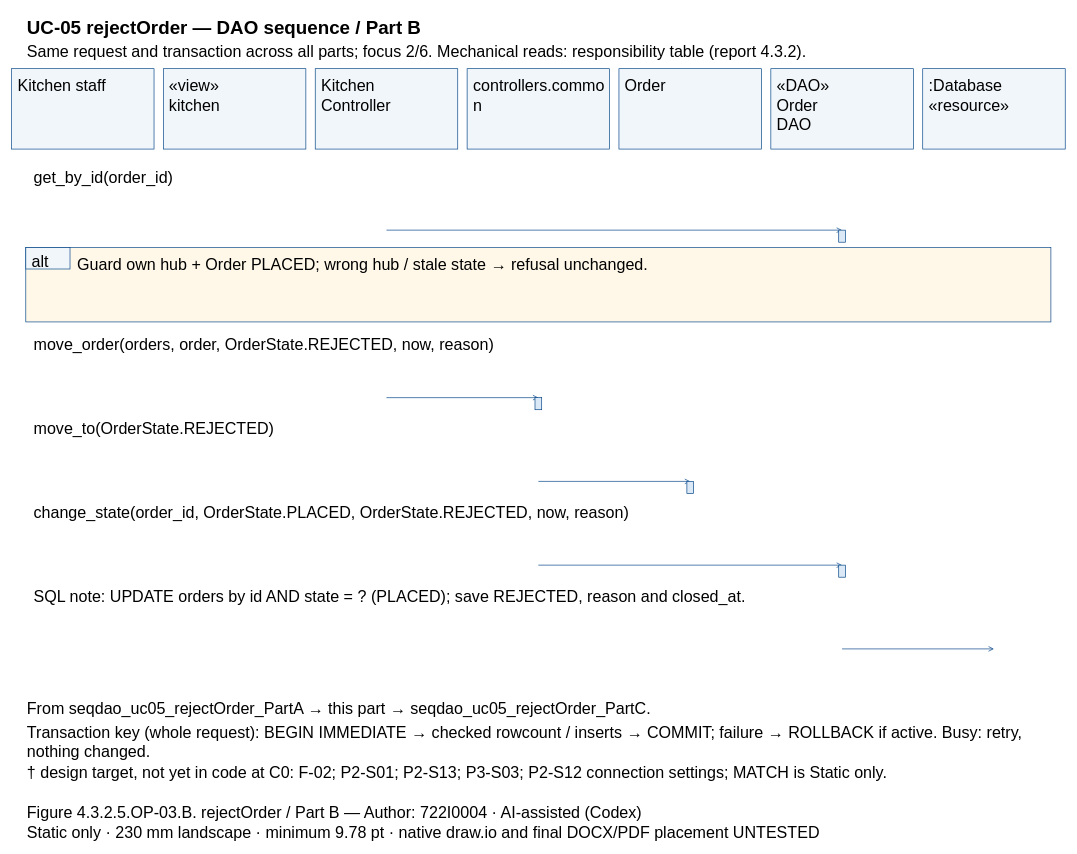
Earlier version of the draw.io diagram models/UC-05/seqdao_uc05_rejectOrder_PartB.drawio (Dat071104/SaigonBite). Source tidied: cells renumbered, new cells numbered last; positions are measured from the earlier drawing's top-left corner, leaving out a move shared by most shapes. Both pictures are drawn from the tidied source at 67%, with x=0, y=0 at pixel (11, 11).
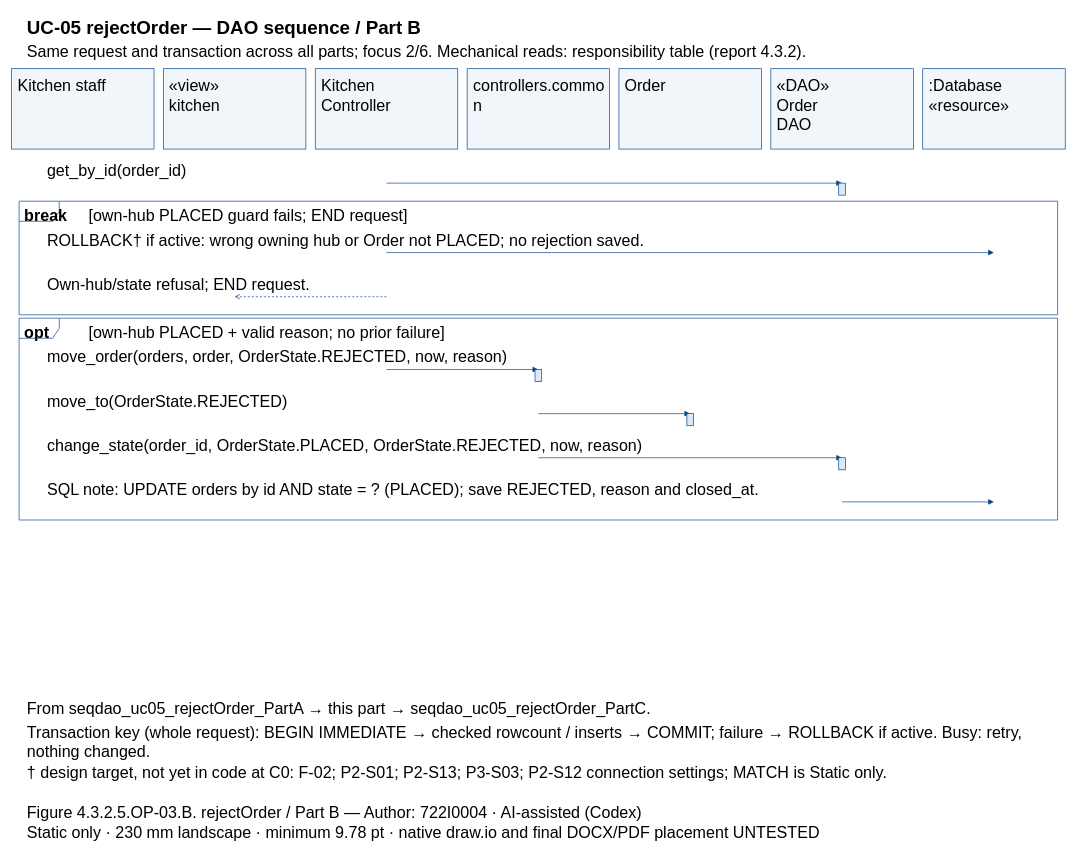
The same diagram, later.

What changed in the source:
```diff
@@
+    <mxCell id="51" style="shape=umlFrame;fillColor=none;strokeColor=#004387;" parent="1" vertex="1">
+      <mxGeometry x="11" y="282.8" width="1550" height="169.5" as="geometry" />
+    </mxCell>
+    <mxCell id="52" style="shape=umlFrame;fillColor=none;strokeColor=#004387;" parent="1" vertex="1">
+      <mxGeometry x="11" y="457.4" width="1550" height="301.2" as="geometry" />
+    </mxCell>
@@
-    <mxCell id="5" value="Kitchen staff" style="text;html=0;whiteSpace=wrap;align=left;verticalAlign=top;strokeColor=none;fillColor=none;fontFamily=Arial;fontSize=24;fontStyle=0;" parent="1" vertex="1">
-      <mxGeometry x="6.7" y="90" width="198.7" height="27.8" as="geometry" />
-    </mxCell>
+    <mxCell id="7" value="Kitchen staff" style="text;html=0;whiteSpace=wrap;align=left;verticalAlign=top;strokeColor=none;fillColor=none;fontFamily=Arial;fontSize=24;fontStyle=0;" parent="1" vertex="1">
+      <mxGeometry x="6.7" y="90" width="198.7" height="27.8" as="geometry" />
+    </mxCell>
@@
-    <mxCell id="7" value="«view»&#10;kitchen" style="text;html=0;whiteSpace=wrap;align=left;verticalAlign=top;strokeColor=none;fillColor=none;fontFamily=Arial;fontSize=24;fontStyle=0;" parent="1" vertex="1">
-      <mxGeometry x="233.3" y="90" width="198.7" height="55.7" as="geometry" />
-    </mxCell>
+    <mxCell id="9" value="«view»&#10;kitchen" style="text;html=0;whiteSpace=wrap;align=left;verticalAlign=top;strokeColor=none;fillColor=none;fontFamily=Arial;fontSize=24;fontStyle=0;" parent="1" vertex="1">
+      <mxGeometry x="233.3" y="90" width="198.7" height="55.7" as="geometry" />
+    </mxCell>
@@
-    <mxCell id="9" value="Kitchen&#10;Controller" style="text;html=0;whiteSpace=wrap;align=left;verticalAlign=top;strokeColor=none;fillColor=none;fontFamily=Arial;fontSize=24;fontStyle=0;" parent="1" vertex="1">
-      <mxGeometry x="460" y="90" width="198.7" height="55.7" as="geometry" />
-    </mxCell>
+    <mxCell id="11" value="Kitchen&#10;Controller" style="text;html=0;whiteSpace=wrap;align=left;verticalAlign=top;strokeColor=none;fillColor=none;fontFamily=Arial;fontSize=24;fontStyle=0;" parent="1" vertex="1">
+      <mxGeometry x="460" y="90" width="198.7" height="55.7" as="geometry" />
+    </mxCell>
@@
-    <mxCell id="11" value="controllers.commo&#10;n" style="text;html=0;whiteSpace=wrap;align=left;verticalAlign=top;strokeColor=none;fillColor=none;fontFamily=Arial;fontSize=24;fontStyle=0;" parent="1" vertex="1">
-      <mxGeometry x="686.7" y="90" width="198.7" height="55.7" as="geometry" />
-    </mxCell>
+    <mxCell id="13" value="controllers.commo&#10;n" style="text;html=0;whiteSpace=wrap;align=left;verticalAlign=top;strokeColor=none;fillColor=none;fontFamily=Arial;fontSize=24;fontStyle=0;" parent="1" vertex="1">
+      <mxGeometry x="686.7" y="90" width="198.7" height="55.7" as="geometry" />
+    </mxCell>
@@
-    <mxCell id="13" value="Order" style="text;html=0;whiteSpace=wrap;align=left;verticalAlign=top;strokeColor=none;fillColor=none;fontFamily=Arial;fontSize=24;fontStyle=0;" parent="1" vertex="1">
-      <mxGeometry x="913.3" y="90" width="198.7" height="27.8" as="geometry" />
-    </mxCell>
+    <mxCell id="15" value="Order" style="text;html=0;whiteSpace=wrap;align=left;verticalAlign=top;strokeColor=none;fillColor=none;fontFamily=Arial;fontSize=24;fontStyle=0;" parent="1" vertex="1">
+      <mxGeometry x="913.3" y="90" width="198.7" height="27.8" as="geometry" />
+    </mxCell>
@@
-    <mxCell id="15" value="«DAO»&#10;Order&#10;DAO" style="text;html=0;whiteSpace=wrap;align=left;verticalAlign=top;strokeColor=none;fillColor=none;fontFamily=Arial;fontSize=24;fontStyle=0;" parent="1" vertex="1">
-      <mxGeometry x="1140" y="90" width="198.7" height="83.5" as="geometry" />
-    </mxCell>
+    <mxCell id="17" value="«DAO»&#10;Order&#10;DAO" style="text;html=0;whiteSpace=wrap;align=left;verticalAlign=top;strokeColor=none;fillColor=none;fontFamily=Arial;fontSize=24;fontStyle=0;" parent="1" vertex="1">
+      <mxGeometry x="1140" y="90" width="198.7" height="83.5" as="geometry" />
+    </mxCell>
@@
-    <mxCell id="17" value=":Database&#10;«resource»" style="text;html=0;whiteSpace=wrap;align=left;verticalAlign=top;strokeColor=none;fillColor=none;fontFamily=Arial;fontSize=24;fontStyle=0;" parent="1" vertex="1">
-      <mxGeometry x="1366.7" y="90" width="198.7" height="55.7" as="geometry" />
-    </mxCell>
-    <mxCell id="18" value="get_by_id(order_id)" style="text;html=0;whiteSpace=wrap;align=left;verticalAlign=top;strokeColor=none;fillColor=none;fontFamily=Arial;fontSize=24;fontStyle=0;" parent="1" vertex="1">
-      <mxGeometry x="31" y="227" width="1510" height="27.8" as="geometry" />
-    </mxCell>
+    <mxCell id="53" value=":Database&#10;«resource»" style="text;html=0;whiteSpace=wrap;align=left;verticalAlign=top;strokeColor=none;fillColor=none;fontFamily=Arial;fontSize=24;fontStyle=0;" parent="1" vertex="1">
+      <mxGeometry x="1366.7" y="90" width="198.7" height="55.7" as="geometry" />
+    </mxCell>
+    <mxCell id="54" value="break" style="text;html=0;whiteSpace=wrap;align=left;verticalAlign=top;strokeColor=none;fillColor=none;fontFamily=Arial;fontSize=24;fontStyle=1;" parent="1" vertex="1">
+      <mxGeometry x="17" y="283.8" width="84" height="27.8" as="geometry" />
+    </mxCell>
+    <mxCell id="55" value="[own-hub PLACED guard fails; END request]" style="text;html=0;whiteSpace=wrap;align=left;verticalAlign=top;strokeColor=none;fillColor=none;fontFamily=Arial;fontSize=24;fontStyle=0;" parent="1" vertex="1">
+      <mxGeometry x="113" y="283.8" width="1438" height="27.8" as="geometry" />
+    </mxCell>
+    <mxCell id="56" value="opt" style="text;html=0;whiteSpace=wrap;align=left;verticalAlign=top;strokeColor=none;fillColor=none;fontFamily=Arial;fontSize=24;fontStyle=1;" parent="1" vertex="1">
+      <mxGeometry x="17" y="458.4" width="84" height="27.8" as="geometry" />
+    </mxCell>
+    <mxCell id="57" value="[own-hub PLACED + valid reason; no prior failure]" style="text;html=0;whiteSpace=wrap;align=left;verticalAlign=top;strokeColor=none;fillColor=none;fontFamily=Arial;fontSize=24;fontStyle=0;" parent="1" vertex="1">
+      <mxGeometry x="113" y="458.4" width="1438" height="27.8" as="geometry" />
+    </mxCell>
+    <mxCell id="26" value="get_by_id(order_id)" style="text;html=0;whiteSpace=wrap;align=left;verticalAlign=top;strokeColor=none;fillColor=none;fontFamily=Arial;fontSize=24;fontStyle=0;" parent="1" vertex="1">
+      <mxGeometry x="51" y="217" width="1470" height="27.8" as="geometry" />
+    </mxCell>
     <mxCell id="19" style="opacity=0;" parent="1" vertex="1">
-      <mxGeometry x="559.3" y="326" as="geometry" />
+      <mxGeometry x="559.3" y="255.8" as="geometry" />
     </mxCell>
     <mxCell id="20" style="opacity=0;" parent="1" vertex="1">
-      <mxGeometry x="1239.3" y="326" as="geometry" />
+      <mxGeometry x="1239.3" y="255.8" as="geometry" />
     </mxCell>
-    <mxCell id="21" style="edgeStyle=none;endArrow=open;strokeColor=#004387;exitX=0.5;entryX=0.5;exitPerimeter=0;entryPerimeter=0;" parent="1" edge="1" source="19" target="20">
+    <mxCell id="21" style="edgeStyle=none;endArrow=block;endFill=1;strokeColor=#004387;exitX=0.5;entryX=0.5;exitPerimeter=0;entryPerimeter=0;" parent="1" edge="1" source="19" target="20">
       <mxGeometry relative="1" as="geometry" />
     </mxCell>
-    <mxCell id="22" style="fillColor=#DAE9F5;strokeColor=#004387;" parent="1" vertex="1">
-      <mxGeometry x="1234.3" y="326" width="10" height="18" as="geometry" />
-    </mxCell>
-    <mxCell id="23" style="fillColor=#FFF8E9;strokeColor=#004387;" parent="1" vertex="1">
-      <mxGeometry x="21" y="352" width="1530" height="111" as="geometry" />
-    </mxCell>
-    <mxCell id="24" style="fillColor=#F1F6FA;strokeColor=#004387;" parent="1" vertex="1">
-      <mxGeometry x="21" y="352" width="66" height="32" as="geometry" />
-    </mxCell>
-    <mxCell id="25" value="alt" style="text;html=0;whiteSpace=wrap;align=left;verticalAlign=top;strokeColor=none;fillColor=none;fontFamily=Arial;fontSize=24;fontStyle=0;" parent="1" vertex="1">
-      <mxGeometry x="28" y="352" width="56" height="27.8" as="geometry" />
-    </mxCell>
-    <mxCell id="26" value="Guard own hub + Order PLACED; wrong hub / stale state → refusal unchanged." style="text;html=0;whiteSpace=wrap;align=left;verticalAlign=top;strokeColor=none;fillColor=none;fontFamily=Arial;fontSize=24;fontStyle=0;" parent="1" vertex="1">
-      <mxGeometry x="96" y="357" width="1440" height="27.8" as="geometry" />
-    </mxCell>
-    <mxCell id="27" value="move_order(orders, order, OrderState.REJECTED, now, reason)" style="text;html=0;whiteSpace=wrap;align=left;verticalAlign=top;strokeColor=none;fillColor=none;fontFamily=Arial;fontSize=24;fontStyle=0;" parent="1" vertex="1">
-      <mxGeometry x="31" y="477" width="1510" height="27.8" as="geometry" />
-    </mxCell>
+    <mxCell id="58" style="fillColor=#DAE9F5;strokeColor=#004387;" parent="1" vertex="1">
+      <mxGeometry x="1234.3" y="255.8" width="10" height="18" as="geometry" />
+    </mxCell>
+    <mxCell id="59" value="ROLLBACK† if active: wrong owning hub or Order not PLACED; no rejection saved." style="text;html=0;whiteSpace=wrap;align=left;verticalAlign=top;strokeColor=none;fillColor=none;fontFamily=Arial;fontSize=24;fontStyle=0;" parent="1" vertex="1">
+      <mxGeometry x="51" y="320.7" width="1470" height="27.8" as="geometry" />
+    </mxCell>
+    <mxCell id="60" style="opacity=0;" parent="1" vertex="1">
+      <mxGeometry x="559.3" y="359.5" as="geometry" />
+    </mxCell>
+    <mxCell id="61" style="opacity=0;" parent="1" vertex="1">
+      <mxGeometry x="1466" y="359.5" as="geometry" />
+    </mxCell>
+    <mxCell id="62" style="edgeStyle=none;endArrow=block;endFill=1;strokeColor=#004387;exitX=0.5;entryX=0.5;exitPerimeter=0;entryPerimeter=0;" parent="1" edge="1" source="60" target="61">
+      <mxGeometry relative="1" as="geometry" />
+    </mxCell>
+    <mxCell id="63" value="Own-hub/state refusal; END request." style="text;html=0;whiteSpace=wrap;align=left;verticalAlign=top;strokeColor=none;fillColor=none;fontFamily=Arial;fontSize=24;fontStyle=0;" parent="1" vertex="1">
+      <mxGeometry x="51" y="386.5" width="1470" height="27.8" as="geometry" />
+    </mxCell>
     <mxCell id="28" style="opacity=0;" parent="1" vertex="1">
-      <mxGeometry x="559.3" y="576" as="geometry" />
+      <mxGeometry x="559.3" y="425.4" as="geometry" />
     </mxCell>
     <mxCell id="29" style="opacity=0;" parent="1" vertex="1">
-      <mxGeometry x="786" y="576" as="geometry" />
+      <mxGeometry x="332.7" y="425.4" as="geometry" />
     </mxCell>
-    <mxCell id="30" style="edgeStyle=none;endArrow=open;strokeColor=#004387;exitX=0.5;entryX=0.5;exitPerimeter=0;entryPerimeter=0;" parent="1" edge="1" source="28" target="29">
+    <mxCell id="30" style="edgeStyle=none;endArrow=open;endFill=0;strokeColor=#004387;dashed=1;exitX=0.5;entryX=0.5;exitPerimeter=0;entryPerimeter=0;" parent="1" edge="1" source="28" target="29">
       <mxGeometry relative="1" as="geometry" />
     </mxCell>
-    <mxCell id="31" style="fillColor=#DAE9F5;strokeColor=#004387;" parent="1" vertex="1">
-      <mxGeometry x="781" y="576" width="10" height="18" as="geometry" />
-    </mxCell>
-    <mxCell id="32" value="move_to(OrderState.REJECTED)" style="text;html=0;whiteSpace=wrap;align=left;verticalAlign=top;strokeColor=none;fillColor=none;fontFamily=Arial;fontSize=24;fontStyle=0;" parent="1" vertex="1">
-      <mxGeometry x="31" y="602" width="1510" height="27.8" as="geometry" />
-    </mxCell>
+    <mxCell id="37" value="move_order(orders, order, OrderState.REJECTED, now, reason)" style="text;html=0;whiteSpace=wrap;align=left;verticalAlign=top;strokeColor=none;fillColor=none;fontFamily=Arial;fontSize=24;fontStyle=0;" parent="1" vertex="1">
+      <mxGeometry x="51" y="495.2" width="1470" height="27.8" as="geometry" />
+    </mxCell>
     <mxCell id="33" style="opacity=0;" parent="1" vertex="1">
-      <mxGeometry x="786" y="701" as="geometry" />
+      <mxGeometry x="559.3" y="534" as="geometry" />
     </mxCell>
     <mxCell id="34" style="opacity=0;" parent="1" vertex="1">
-      <mxGeometry x="1012.7" y="701" as="geometry" />
+      <mxGeometry x="786" y="534" as="geometry" />
     </mxCell>
-    <mxCell id="35" style="edgeStyle=none;endArrow=open;strokeColor=#004387;exitX=0.5;entryX=0.5;exitPerimeter=0;entryPerimeter=0;" parent="1" edge="1" source="33" target="34">
+    <mxCell id="35" style="edgeStyle=none;endArrow=block;endFill=1;strokeColor=#004387;exitX=0.5;entryX=0.5;exitPerimeter=0;entryPerimeter=0;" parent="1" edge="1" source="33" target="34">
       <mxGeometry relative="1" as="geometry" />
     </mxCell>
-    <mxCell id="36" style="fillColor=#DAE9F5;strokeColor=#004387;" parent="1" vertex="1">
-      <mxGeometry x="1007.7" y="701" width="10" height="18" as="geometry" />
-    </mxCell>
-    <mxCell id="37" value="change_state(order_id, OrderState.PLACED, OrderState.REJECTED, now, reason)" style="text;html=0;whiteSpace=wrap;align=left;verticalAlign=top;strokeColor=none;fillColor=none;fontFamily=Arial;fontSize=24;fontStyle=0;" parent="1" vertex="1">
-      <mxGeometry x="31" y="727" width="1510" height="27.8" as="geometry" />
-    </mxCell>
+    <mxCell id="41" style="fillColor=#DAE9F5;strokeColor=#004387;" parent="1" vertex="1">
+      <mxGeometry x="781" y="534" width="10" height="18" as="geometry" />
+    </mxCell>
+    <mxCell id="42" value="move_to(OrderState.REJECTED)" style="text;html=0;whiteSpace=wrap;align=left;verticalAlign=top;strokeColor=none;fillColor=none;fontFamily=Arial;fontSize=24;fontStyle=0;" parent="1" vertex="1">
+      <mxGeometry x="51" y="561" width="1470" height="27.8" as="geometry" />
+    </mxCell>
     <mxCell id="38" style="opacity=0;" parent="1" vertex="1">
-      <mxGeometry x="786" y="826" as="geometry" />
+      <mxGeometry x="786" y="599.9" as="geometry" />
     </mxCell>
     <mxCell id="39" style="opacity=0;" parent="1" vertex="1">
-      <mxGeometry x="1239.3" y="826" as="geometry" />
+      <mxGeometry x="1012.7" y="599.9" as="geometry" />
     </mxCell>
-    <mxCell id="40" style="edgeStyle=none;endArrow=open;strokeColor=#004387;exitX=0.5;entryX=0.5;exitPerimeter=0;entryPerimeter=0;" parent="1" edge="1" source="38" target="39">
+    <mxCell id="40" style="edgeStyle=none;endArrow=block;endFill=1;strokeColor=#004387;exitX=0.5;entryX=0.5;exitPerimeter=0;entryPerimeter=0;" parent="1" edge="1" source="38" target="39">
       <mxGeometry relative="1" as="geometry" />
     </mxCell>
-    <mxCell id="41" style="fillColor=#DAE9F5;strokeColor=#004387;" parent="1" vertex="1">
-      <mxGeometry x="1234.3" y="826" width="10" height="18" as="geometry" />
-    </mxCell>
-    <mxCell id="42" value="SQL note: UPDATE orders by id AND state = ? (PLACED); save REJECTED, reason and closed_at." style="text;html=0;whiteSpace=wrap;align=left;verticalAlign=top;strokeColor=none;fillColor=none;fontFamily=Arial;fontSize=24;fontStyle=0;" parent="1" vertex="1">
-      <mxGeometry x="31" y="852" width="1510" height="27.8" as="geometry" />
-    </mxCell>
+    <mxCell id="64" style="fillColor=#DAE9F5;strokeColor=#004387;" parent="1" vertex="1">
+      <mxGeometry x="1007.7" y="599.9" width="10" height="18" as="geometry" />
+    </mxCell>
+    <mxCell id="47" value="change_state(order_id, OrderState.PLACED, OrderState.REJECTED, now, reason)" style="text;html=0;whiteSpace=wrap;align=left;verticalAlign=top;strokeColor=none;fillColor=none;fontFamily=Arial;fontSize=24;fontStyle=0;" parent="1" vertex="1">
+      <mxGeometry x="51" y="626.9" width="1470" height="27.8" as="geometry" />
+    </mxCell>
     <mxCell id="43" style="opacity=0;" parent="1" vertex="1">
-      <mxGeometry x="1239.3" y="951" as="geometry" />
+      <mxGeometry x="786" y="665.7" as="geometry" />
     </mxCell>
     <mxCell id="44" style="opacity=0;" parent="1" vertex="1">
-      <mxGeometry x="1466" y="951" as="geometry" />
+      <mxGeometry x="1239.3" y="665.7" as="geometry" />
     </mxCell>
-    <mxCell id="45" style="edgeStyle=none;endArrow=open;strokeColor=#004387;exitX=0.5;entryX=0.5;exitPerimeter=0;entryPerimeter=0;" parent="1" edge="1" source="43" target="44">
+    <mxCell id="45" style="edgeStyle=none;endArrow=block;endFill=1;strokeColor=#004387;exitX=0.5;entryX=0.5;exitPerimeter=0;entryPerimeter=0;" parent="1" edge="1" source="43" target="44">
       <mxGeometry relative="1" as="geometry" />
     </mxCell>
+    <mxCell id="65" style="fillColor=#DAE9F5;strokeColor=#004387;" parent="1" vertex="1">
+      <mxGeometry x="1234.3" y="665.7" width="10" height="18" as="geometry" />
+    </mxCell>
+    <mxCell id="50" value="SQL note: UPDATE orders by id AND state = ? (PLACED); save REJECTED, reason and closed_at." style="text;html=0;whiteSpace=wrap;align=left;verticalAlign=top;strokeColor=none;fillColor=none;fontFamily=Arial;fontSize=24;fontStyle=0;" parent="1" vertex="1">
+      <mxGeometry x="51" y="692.7" width="1470" height="27.8" as="geometry" />
+    </mxCell>
+    <mxCell id="66" style="opacity=0;" parent="1" vertex="1">
+      <mxGeometry x="1239.3" y="731.6" as="geometry" />
+    </mxCell>
+    <mxCell id="67" style="opacity=0;" parent="1" vertex="1">
+      <mxGeometry x="1466" y="731.6" as="geometry" />
+    </mxCell>
+    <mxCell id="68" style="edgeStyle=none;endArrow=block;endFill=1;strokeColor=#004387;exitX=0.5;entryX=0.5;exitPerimeter=0;entryPerimeter=0;" parent="1" edge="1" source="66" target="67">
+      <mxGeometry relative="1" as="geometry" />
+    </mxCell>
@@
-    <mxCell id="47" value="Transaction key (whole request): BEGIN IMMEDIATE → checked rowcount / inserts → COMMIT; failure → ROLLBACK if active. Busy: retry,&#10;nothing changed." style="text;html=0;whiteSpace=wrap;align=left;verticalAlign=top;strokeColor=none;fillColor=none;fontFamily=Arial;fontSize=24;fontStyle=0;" parent="1" vertex="1">
-      <mxGeometry x="21" y="1055" width="1530" height="55.7" as="geometry" />
-    </mxCell>
+    <mxCell id="69" value="Transaction key (whole request): BEGIN IMMEDIATE → checked rowcount / inserts → COMMIT; failure → ROLLBACK if active. Busy: retry,&#10;nothing changed." style="text;html=0;whiteSpace=wrap;align=left;verticalAlign=top;strokeColor=none;fillColor=none;fontFamily=Arial;fontSize=24;fontStyle=0;" parent="1" vertex="1">
+      <mxGeometry x="21" y="1055" width="1530" height="55.7" as="geometry" />
+    </mxCell>
@@
-    <mxCell id="50" value="Static only · 230 mm landscape · minimum 9.78 pt · native draw.io and final DOCX/PDF placement UNTESTED" style="text;html=0;whiteSpace=wrap;align=left;verticalAlign=top;strokeColor=none;fillColor=none;fontFamily=Arial;fontSize=24;fontStyle=0;" parent="1" vertex="1">
-      <mxGeometry x="21" y="1205" width="1530" height="27.8" as="geometry" />
-    </mxCell>
+    <mxCell id="70" value="Static only · 230 mm landscape · minimum 9.78 pt · native draw.io and final DOCX/PDF placement UNTESTED" style="text;html=0;whiteSpace=wrap;align=left;verticalAlign=top;strokeColor=none;fillColor=none;fontFamily=Arial;fontSize=24;fontStyle=0;" parent="1" vertex="1">
+      <mxGeometry x="21" y="1205" width="1530" height="27.8" as="geometry" />
+    </mxCell>
```
